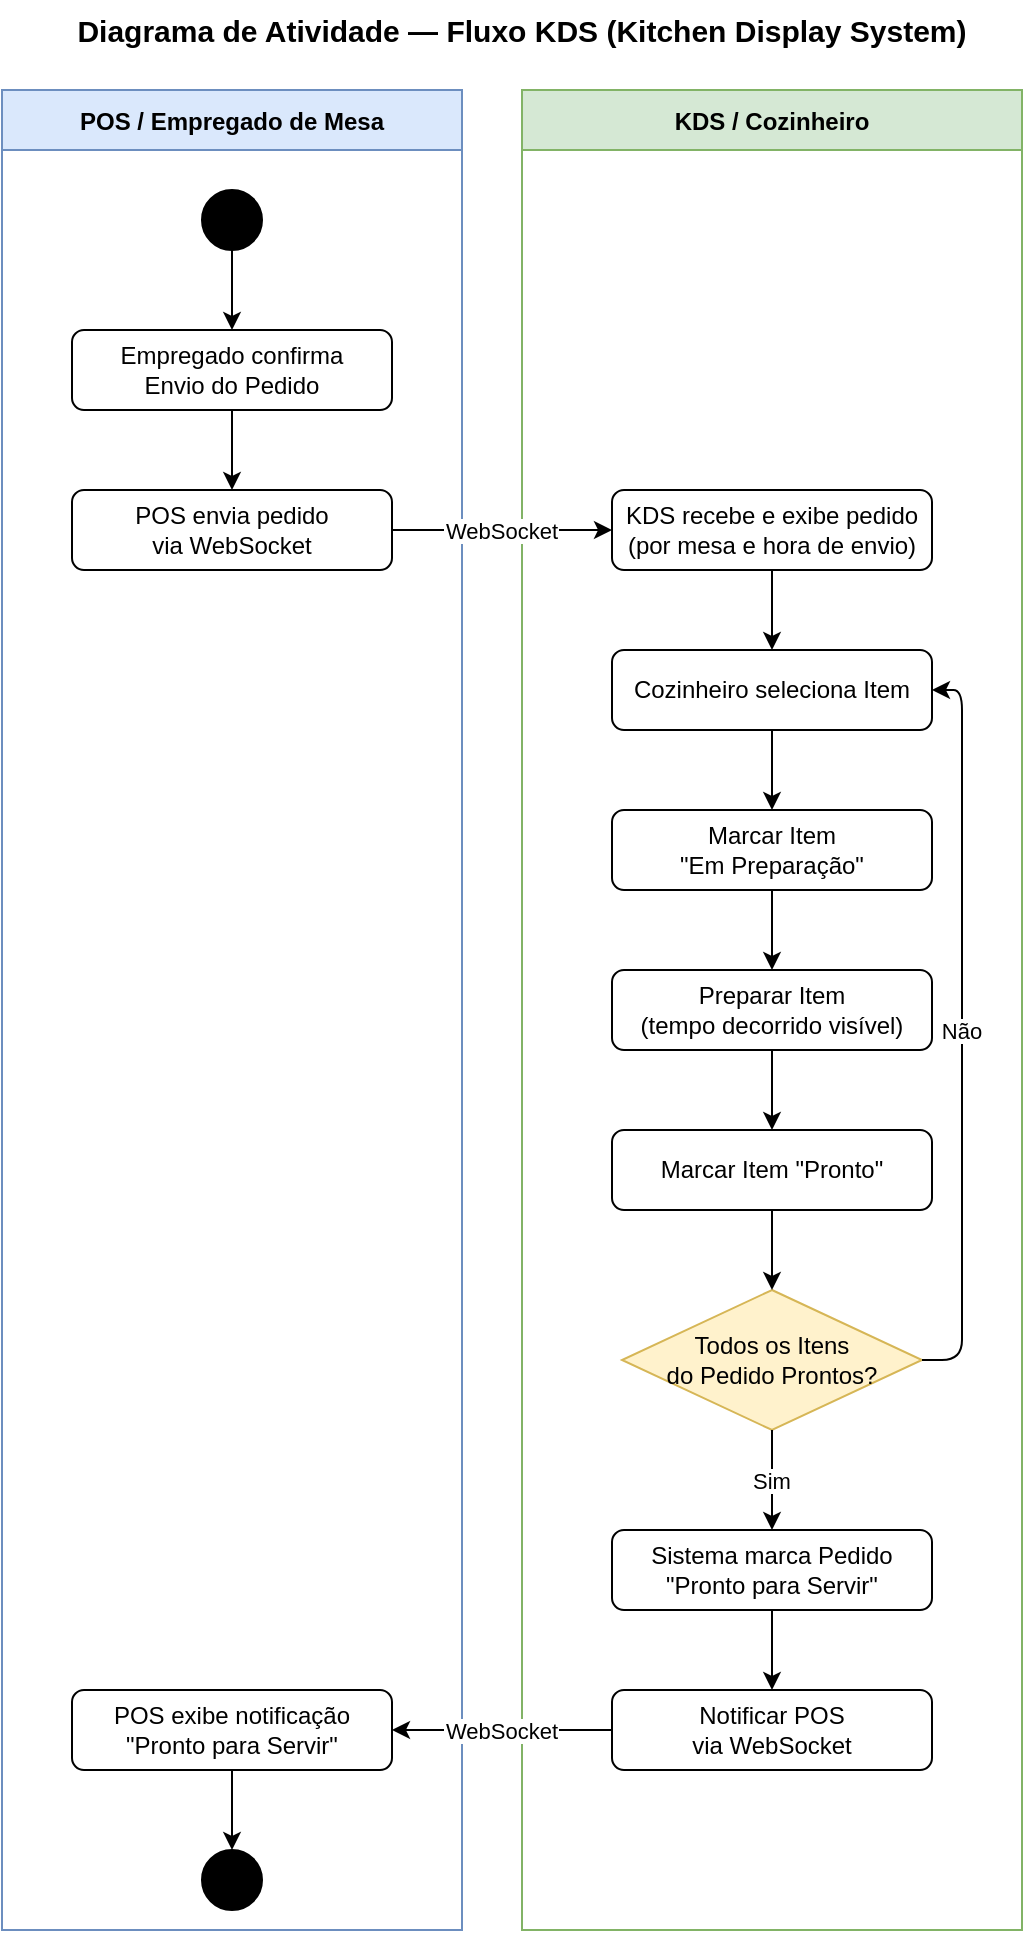
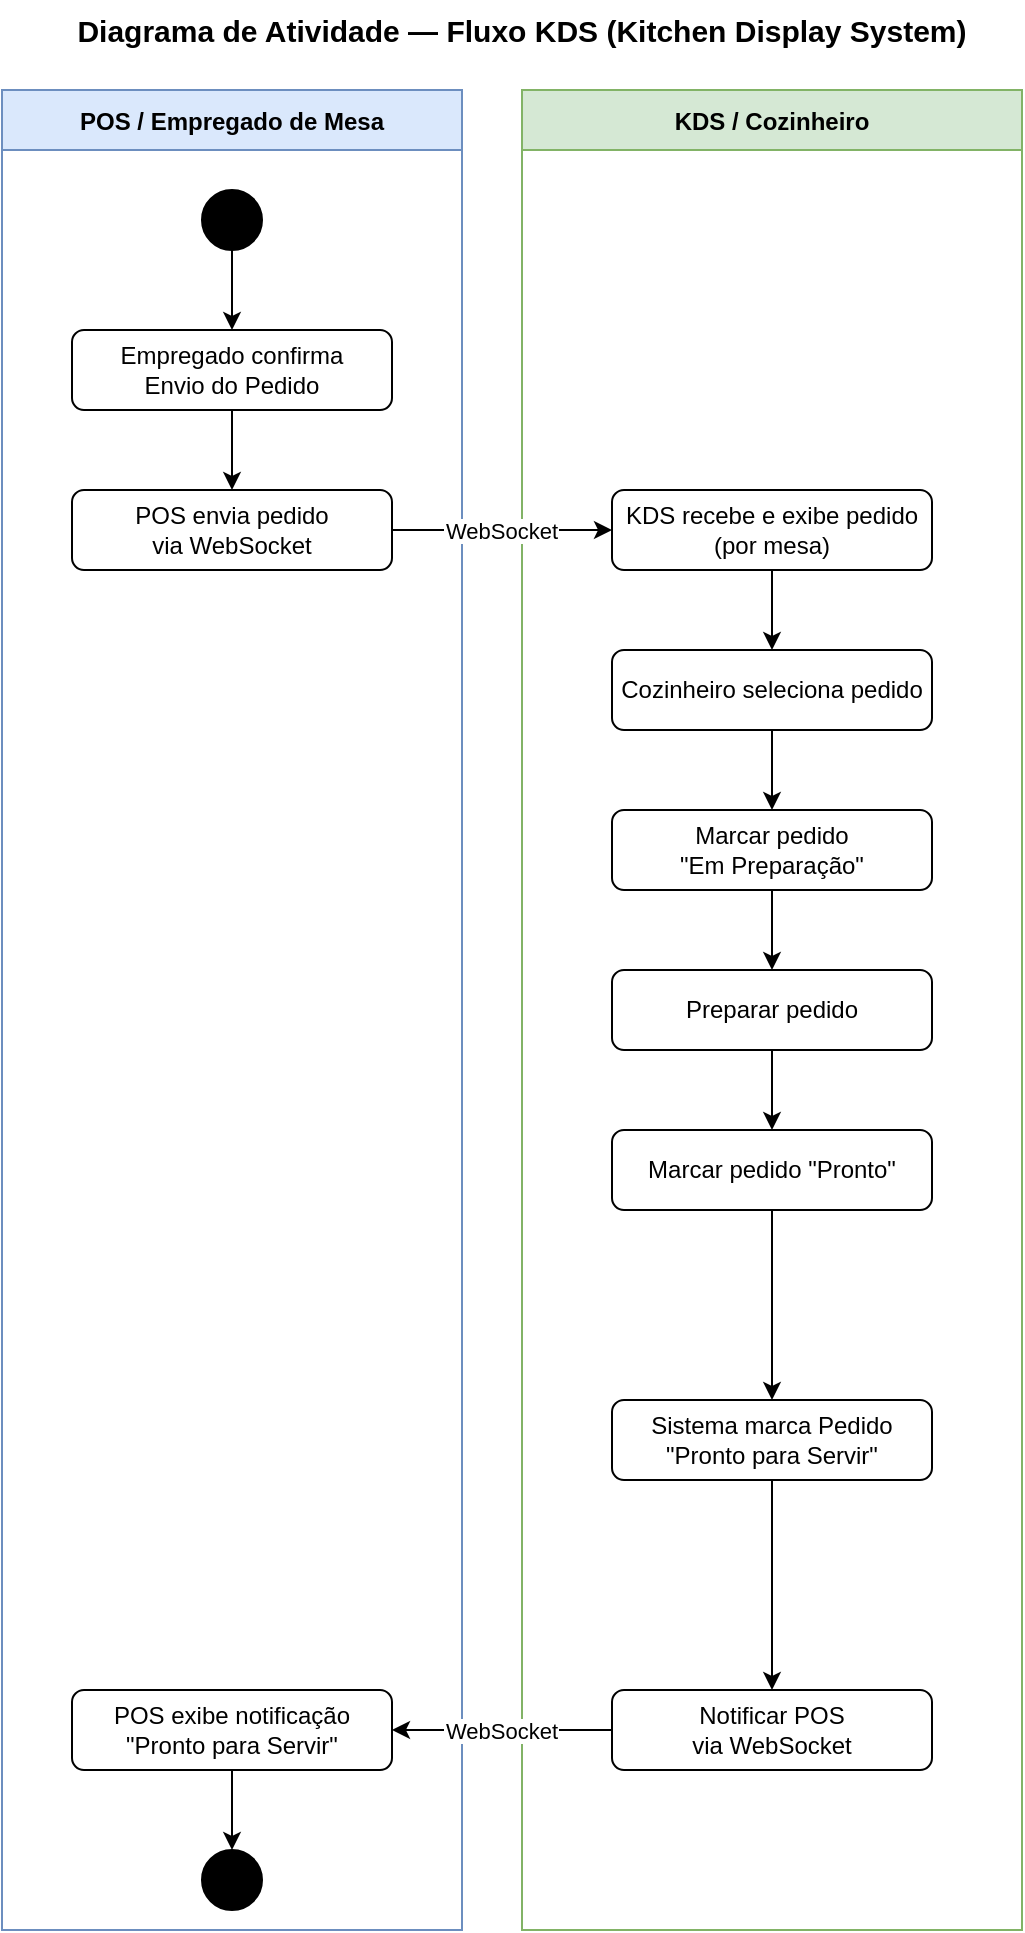
<mxfile host="Electron">
  <diagram id="ZU31CPkrzW0QYAGqA4uL" name="Page-1">
-     <mxGraphModel dx="896" dy="551" grid="1" gridSize="10" guides="1" tooltips="1" connect="1" arrows="1" fold="1" page="1" pageScale="1" pageWidth="850" pageHeight="1050" math="0" shadow="0">
+     <mxGraphModel dx="461" dy="560" grid="1" gridSize="10" guides="1" tooltips="1" connect="1" arrows="1" fold="1" page="1" pageScale="1" pageWidth="850" pageHeight="1050" math="0" shadow="0">
      <root>
        <mxCell id="0" />
        <mxCell id="1" parent="0" />
        <mxCell id="t1" parent="1" style="text;html=1;strokeColor=none;fillColor=none;align=center;verticalAlign=middle;whiteSpace=wrap;fontSize=15;fontStyle=1;" value="Diagrama de Atividade — Fluxo KDS (Kitchen Display System)" vertex="1">
          <mxGeometry height="30" width="480" x="40" y="10" as="geometry" />
        </mxCell>
        <mxCell id="sw1" parent="1" style="swimlane;startSize=30;fillColor=#dae8fc;strokeColor=#6c8ebf;fontStyle=1;" value="POS / Empregado de Mesa" vertex="1">
          <mxGeometry height="920" width="230" x="20" y="55" as="geometry" />
        </mxCell>
        <mxCell id="s1" parent="sw1" style="ellipse;aspect=fixed;fillColor=#000000;strokeColor=#000000;" value="" vertex="1">
          <mxGeometry height="30" width="30" x="100" y="50" as="geometry" />
        </mxCell>
        <mxCell id="a1" parent="sw1" style="rounded=1;whiteSpace=wrap;html=1;" value="Empregado confirma&#xa;Envio do Pedido" vertex="1">
          <mxGeometry height="40" width="160" x="35" y="120" as="geometry" />
        </mxCell>
        <mxCell id="a2" parent="sw1" style="rounded=1;whiteSpace=wrap;html=1;" value="POS envia pedido&#xa;via WebSocket" vertex="1">
          <mxGeometry height="40" width="160" x="35" y="200" as="geometry" />
        </mxCell>
        <mxCell id="a10" parent="sw1" style="rounded=1;whiteSpace=wrap;html=1;" value="POS exibe notificação&#xa;&quot;Pronto para Servir&quot;" vertex="1">
          <mxGeometry height="40" width="160" x="35" y="800" as="geometry" />
        </mxCell>
        <mxCell id="e1" parent="sw1" style="ellipse;aspect=fixed;fillColor=#000000;strokeColor=#000000;shape=doubleEllipse;" value="" vertex="1">
          <mxGeometry height="30" width="30" x="100" y="880" as="geometry" />
        </mxCell>
        <mxCell id="ed1" edge="1" parent="sw1" source="s1" target="a1">
          <mxGeometry relative="1" as="geometry" />
        </mxCell>
        <mxCell id="ed2" edge="1" parent="sw1" source="a1" target="a2">
          <mxGeometry relative="1" as="geometry" />
        </mxCell>
        <mxCell id="ed13" edge="1" parent="sw1" source="a10" target="e1">
          <mxGeometry relative="1" as="geometry" />
        </mxCell>
        <mxCell id="sw2" parent="1" style="swimlane;startSize=30;fillColor=#d5e8d4;strokeColor=#82b366;fontStyle=1;" value="KDS / Cozinheiro" vertex="1">
          <mxGeometry height="920" width="250" x="280" y="55" as="geometry">
            <mxRectangle height="30" width="130" x="280" y="55" as="alternateBounds" />
          </mxGeometry>
        </mxCell>
-         <mxCell id="a3" parent="sw2" style="rounded=1;whiteSpace=wrap;html=1;" value="KDS recebe e exibe pedido&#xa;(por mesa e hora de envio)" vertex="1">
+         <mxCell id="a3" parent="sw2" style="rounded=1;whiteSpace=wrap;html=1;" value="KDS recebe e exibe pedido&lt;br&gt;(por mesa)" vertex="1">
          <mxGeometry height="40" width="160" x="45" y="200" as="geometry" />
        </mxCell>
-         <mxCell id="a4" parent="sw2" style="rounded=1;whiteSpace=wrap;html=1;" value="Cozinheiro seleciona Item" vertex="1">
+         <mxCell id="a4" parent="sw2" style="rounded=1;whiteSpace=wrap;html=1;" value="Cozinheiro seleciona pedido" vertex="1">
          <mxGeometry height="40" width="160" x="45" y="280" as="geometry" />
        </mxCell>
-         <mxCell id="a5" parent="sw2" style="rounded=1;whiteSpace=wrap;html=1;" value="Marcar Item&#xa;&quot;Em Preparação&quot;" vertex="1">
+         <mxCell id="a5" parent="sw2" style="rounded=1;whiteSpace=wrap;html=1;" value="Marcar pedido&lt;br&gt;&quot;Em Preparação&quot;" vertex="1">
          <mxGeometry height="40" width="160" x="45" y="360" as="geometry" />
        </mxCell>
-         <mxCell id="a6" parent="sw2" style="rounded=1;whiteSpace=wrap;html=1;" value="Preparar Item&#xa;(tempo decorrido visível)" vertex="1">
+         <mxCell id="a6" parent="sw2" style="rounded=1;whiteSpace=wrap;html=1;" value="Preparar pedido" vertex="1">
          <mxGeometry height="40" width="160" x="45" y="440" as="geometry" />
        </mxCell>
-         <mxCell id="a7" parent="sw2" style="rounded=1;whiteSpace=wrap;html=1;" value="Marcar Item &quot;Pronto&quot;" vertex="1">
+         <mxCell id="a7" parent="sw2" style="rounded=1;whiteSpace=wrap;html=1;" value="Marcar pedido &quot;Pronto&quot;" vertex="1">
          <mxGeometry height="40" width="160" x="45" y="520" as="geometry" />
        </mxCell>
-         <mxCell id="d1" parent="sw2" style="rhombus;whiteSpace=wrap;html=1;fillColor=#fff2cc;strokeColor=#d6b656;" value="Todos os Itens&#xa;do Pedido Prontos?" vertex="1">
-           <mxGeometry height="70" width="150" x="50" y="600" as="geometry" />
-         </mxCell>
        <mxCell id="a8" parent="sw2" style="rounded=1;whiteSpace=wrap;html=1;" value="Sistema marca Pedido&#xa;&quot;Pronto para Servir&quot;" vertex="1">
-           <mxGeometry height="40" width="160" x="45" y="720" as="geometry" />
+           <mxGeometry height="40" width="160" x="45" y="655" as="geometry" />
        </mxCell>
        <mxCell id="a9" parent="sw2" style="rounded=1;whiteSpace=wrap;html=1;" value="Notificar POS&#xa;via WebSocket" vertex="1">
          <mxGeometry height="40" width="160" x="45" y="800" as="geometry" />
        </mxCell>
        <mxCell id="ed4" edge="1" parent="sw2" source="a3" target="a4">
          <mxGeometry relative="1" as="geometry" />
        </mxCell>
        <mxCell id="ed5" edge="1" parent="sw2" source="a4" target="a5">
          <mxGeometry relative="1" as="geometry" />
        </mxCell>
        <mxCell id="ed6" edge="1" parent="sw2" source="a5" target="a6">
          <mxGeometry relative="1" as="geometry" />
        </mxCell>
        <mxCell id="ed7" edge="1" parent="sw2" source="a6" target="a7">
          <mxGeometry relative="1" as="geometry" />
        </mxCell>
-         <mxCell id="ed8" edge="1" parent="sw2" source="a7" target="d1">
-           <mxGeometry relative="1" as="geometry" />
-         </mxCell>
-         <mxCell id="ed9" edge="1" parent="sw2" source="d1" target="a4" value="Não">
+         <mxCell id="ed8" edge="1" parent="sw2" source="a7" target="a8">
          <mxGeometry relative="1" as="geometry">
-             <Array as="points">
-               <mxPoint x="220" y="635" />
-               <mxPoint x="220" y="300" />
-             </Array>
+             <mxPoint x="124.99999999999989" y="600" as="targetPoint" />
          </mxGeometry>
-         </mxCell>
-         <mxCell id="ed10" edge="1" parent="sw2" source="d1" target="a8" value="Sim">
-           <mxGeometry relative="1" as="geometry" />
        </mxCell>
        <mxCell id="ed11" edge="1" parent="sw2" source="a8" target="a9">
          <mxGeometry relative="1" as="geometry" />
        </mxCell>
        <mxCell id="ed3" edge="1" parent="1" source="a2" target="a3" value="WebSocket">
          <mxGeometry relative="1" as="geometry" />
        </mxCell>
        <mxCell id="ed12" edge="1" parent="1" source="a9" target="a10" value="WebSocket">
          <mxGeometry relative="1" as="geometry" />
        </mxCell>
      </root>
    </mxGraphModel>
  </diagram>
</mxfile>
